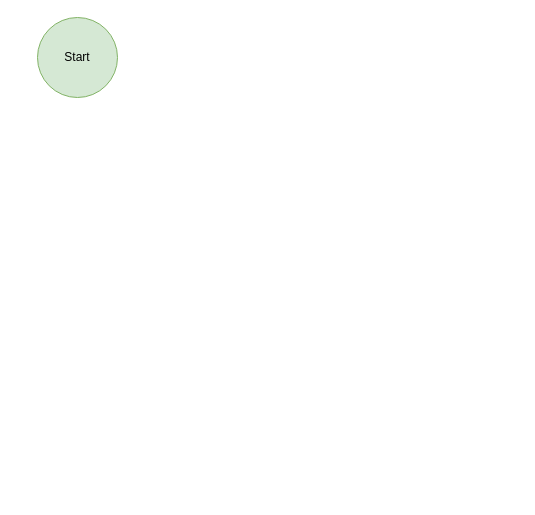
Earlier version of the draw.io diagram Payments/cs-delta.drawio (DEFRA/ffc-diagrams). Source tidied: cells renumbered, new cells numbered last; positions are measured from the earlier drawing's top-left corner, leaving out a move shared by most shapes. Both pictures are drawn from the tidied source at 100%, with x=0, y=0 at pixel (37, 17).
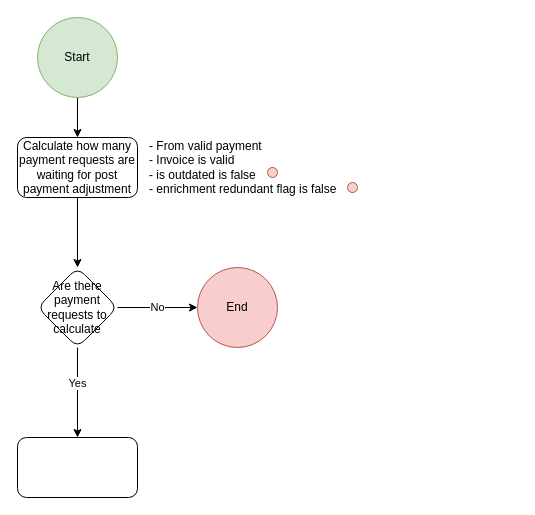
Above is the later version.

Change to the diagram source:
```diff
@@
 <mxGraphModel>
   <root>
     <mxCell id="0" />
     <mxCell id="1" parent="0" />
+    <mxCell id="3" style="edgeStyle=orthogonalEdgeStyle;rounded=0;jettySize=auto;html=1;" parent="1" edge="1" source="2" target="5">
+      <mxGeometry relative="1" as="geometry" />
+    </mxCell>
     <mxCell id="2" value="Start" style="ellipse;whiteSpace=wrap;html=1;fillColor=#d5e8d4;strokeColor=#82b366;" parent="1" vertex="1">
       <mxGeometry width="80" height="80" as="geometry" />
     </mxCell>
+    <mxCell id="4" style="edgeStyle=orthogonalEdgeStyle;rounded=0;jettySize=auto;html=1;" parent="1" edge="1" source="5" target="12">
+      <mxGeometry relative="1" as="geometry" />
+    </mxCell>
+    <mxCell id="5" value="Calculate how many payment requests are waiting for post payment adjustment" style="rounded=1;whiteSpace=wrap;html=1;" parent="1" vertex="1">
+      <mxGeometry x="-20" y="120" width="120" height="60" as="geometry" />
+    </mxCell>
+    <mxCell id="6" value="- From valid payment&lt;br&gt;- Invoice is valid&lt;br&gt;- is outdated is false&lt;br&gt;- enrichment redundant flag is false" style="text;html=1;strokeColor=none;fillColor=none;align=left;verticalAlign=middle;whiteSpace=wrap;rounded=0;" parent="1" vertex="1">
+      <mxGeometry x="110" y="135" width="370" height="30" as="geometry" />
+    </mxCell>
+    <mxCell id="7" style="ellipse;whiteSpace=wrap;html=1;fillColor=#f8cecc;strokeColor=#b85450;" parent="1" vertex="1">
+      <mxGeometry x="310" y="165" width="10" height="10" as="geometry" />
+    </mxCell>
+    <mxCell id="8" style="ellipse;whiteSpace=wrap;html=1;fillColor=#f8cecc;strokeColor=#b85450;" parent="1" vertex="1">
+      <mxGeometry x="230" y="150" width="10" height="10" as="geometry" />
+    </mxCell>
+    <mxCell id="9" value="No" style="edgeStyle=orthogonalEdgeStyle;rounded=0;jettySize=auto;html=1;" parent="1" edge="1" source="12" target="13">
+      <mxGeometry relative="1" as="geometry" />
+    </mxCell>
+    <mxCell id="10" style="edgeStyle=orthogonalEdgeStyle;rounded=0;jettySize=auto;html=1;" parent="1" edge="1" source="12" target="14">
+      <mxGeometry relative="1" as="geometry" />
+    </mxCell>
+    <mxCell id="11" value="Yes" style="edgeLabel;html=1;align=center;verticalAlign=middle;" parent="10" vertex="1">
+      <mxGeometry x="-0.22" y="7" relative="1" as="geometry">
+        <mxPoint x="-8" as="offset" />
+      </mxGeometry>
+    </mxCell>
+    <mxCell id="12" value="Are there payment requests to calculate" style="rhombus;whiteSpace=wrap;html=1;rounded=1;" parent="1" vertex="1">
+      <mxGeometry y="250" width="80" height="80" as="geometry" />
+    </mxCell>
+    <mxCell id="13" value="End" style="ellipse;whiteSpace=wrap;html=1;rounded=1;fillColor=#f8cecc;strokeColor=#b85450;" parent="1" vertex="1">
+      <mxGeometry x="160" y="250" width="80" height="80" as="geometry" />
+    </mxCell>
+    <mxCell id="14" style="whiteSpace=wrap;html=1;rounded=1;" parent="1" vertex="1">
+      <mxGeometry x="-20" y="420" width="120" height="60" as="geometry" />
+    </mxCell>
   </root>
 </mxGraphModel>
```
